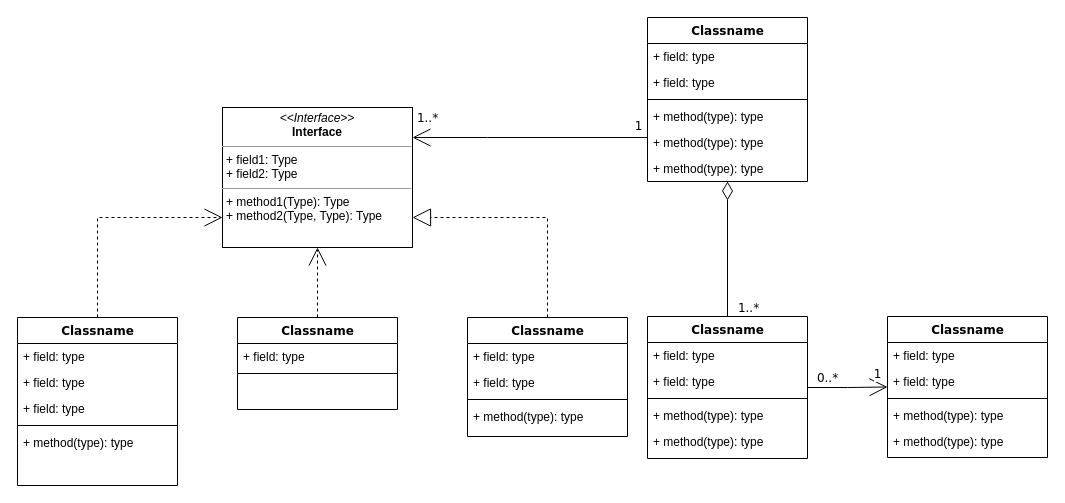
Above: Untitled Diagram.drawio in mfanSM/diagramFlowchart (draw.io), before the change. Source tidied: cells renumbered, new cells numbered last; positions are measured from the earlier drawing's top-left corner, leaving out a move shared by most shapes. Both pictures are drawn from the tidied source at 100%, with x=0, y=0 at pixel (17, 17).
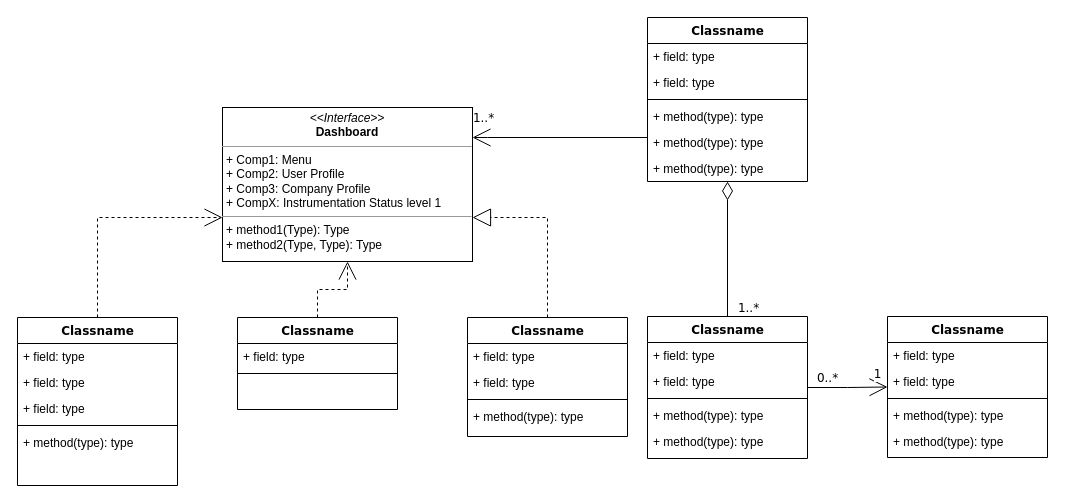
The same diagram, later.

Change to the diagram source:
```diff
@@
-    <mxCell id="46" value="&lt;p style=&quot;margin:0px;margin-top:4px;text-align:center;&quot;&gt;&lt;i&gt;&amp;lt;&amp;lt;Interface&amp;gt;&amp;gt;&lt;/i&gt;&lt;br/&gt;&lt;b&gt;Interface&lt;/b&gt;&lt;/p&gt;&lt;hr size=&quot;1&quot;/&gt;&lt;p style=&quot;margin:0px;margin-left:4px;&quot;&gt;+ field1: Type&lt;br/&gt;+ field2: Type&lt;/p&gt;&lt;hr size=&quot;1&quot;/&gt;&lt;p style=&quot;margin:0px;margin-left:4px;&quot;&gt;+ method1(Type): Type&lt;br/&gt;+ method2(Type, Type): Type&lt;/p&gt;" style="verticalAlign=top;align=left;overflow=fill;fontSize=12;fontFamily=Helvetica;html=1;rounded=0;shadow=0;comic=0;labelBackgroundColor=none;strokeWidth=1;" parent="1" vertex="1">
-      <mxGeometry x="205" y="90" width="190" height="140" as="geometry" />
+    <mxCell id="46" value="&lt;p style=&quot;margin: 0px ; margin-top: 4px ; text-align: center&quot;&gt;&lt;i&gt;&amp;lt;&amp;lt;Interface&amp;gt;&amp;gt;&lt;/i&gt;&lt;br&gt;&lt;b&gt;Dashboard&lt;/b&gt;&lt;/p&gt;&lt;hr size=&quot;1&quot;&gt;&lt;p style=&quot;margin: 0px ; margin-left: 4px&quot;&gt;+ Comp1: Menu&lt;br&gt;+ Comp2: User Profile&lt;/p&gt;&lt;p style=&quot;margin: 0px ; margin-left: 4px&quot;&gt;+ Comp3: Company Profile&lt;br&gt;&lt;/p&gt;&lt;p style=&quot;margin: 0px ; margin-left: 4px&quot;&gt;+ CompX: Instrumentation Status&lt;span&gt;&amp;nbsp;level 1&lt;/span&gt;&lt;/p&gt;&lt;hr size=&quot;1&quot;&gt;&lt;p style=&quot;margin: 0px ; margin-left: 4px&quot;&gt;+ method1(Type): Type&lt;br&gt;+ method2(Type, Type): Type&lt;/p&gt;" style="verticalAlign=top;align=left;overflow=fill;fontSize=12;fontFamily=Helvetica;html=1;rounded=0;shadow=0;comic=0;labelBackgroundColor=none;strokeWidth=1;" parent="1" vertex="1">
+      <mxGeometry x="205" y="90" width="250" height="154" as="geometry" />
     </mxCell>
```
